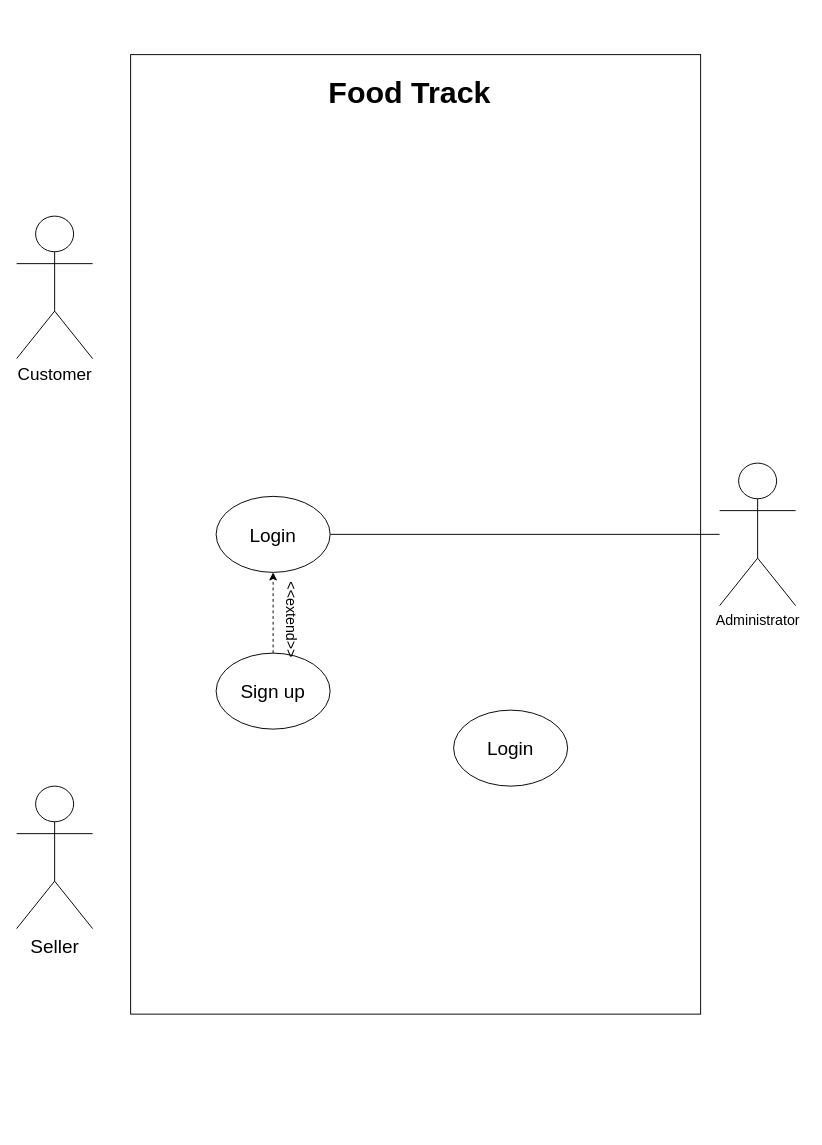
Before: koo.drawio in gugitgugit/OSS, a draw.io diagram. Source tidied: cells renumbered, new cells numbered last; positions are measured from the earlier drawing's top-left corner, leaving out a move shared by most shapes. Both pictures are drawn from the tidied source at 95%, with x=0, y=0 at pixel (16, 54).
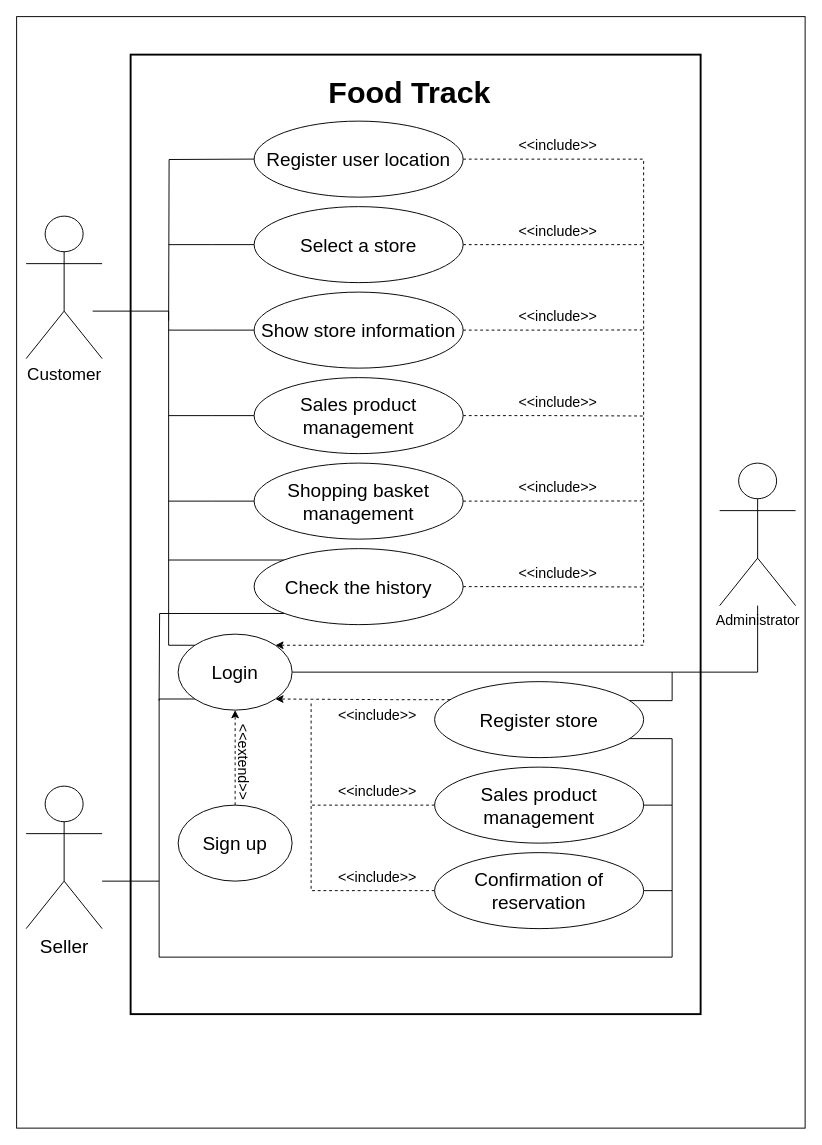
The same diagram, later.

Change to the diagram source:
```diff
@@
+    <mxCell id="13" style="rounded=0;whiteSpace=wrap;html=1;" parent="1" vertex="1">
+      <mxGeometry y="-40" width="830" height="1170" as="geometry" />
+    </mxCell>
-    <mxCell id="2" value="&lt;p style=&quot;line-height: 100%;&quot;&gt;&lt;br&gt;&lt;/p&gt;" style="rounded=0;whiteSpace=wrap;html=1;" parent="1" vertex="1">
+    <mxCell id="2" value="&lt;p style=&quot;line-height: 100%;&quot;&gt;&lt;br&gt;&lt;/p&gt;" style="rounded=0;whiteSpace=wrap;html=1;strokeWidth=2;" parent="1" vertex="1">
       <mxGeometry x="120" width="600" height="1010" as="geometry" />
     </mxCell>
@@
     <mxCell id="4" value="&lt;font style=&quot;font-size: 18px;&quot;&gt;Customer&lt;/font&gt;" style="shape=umlActor;verticalLabelPosition=bottom;verticalAlign=top;html=1;" parent="1" vertex="1">
-      <mxGeometry y="170" width="80" height="150" as="geometry" />
+      <mxGeometry x="10" y="170" width="80" height="150" as="geometry" />
     </mxCell>
     <mxCell id="5" value="&lt;font style=&quot;font-size: 20px;&quot;&gt;Seller&lt;/font&gt;" style="shape=umlActor;verticalLabelPosition=bottom;verticalAlign=top;html=1;outlineConnect=0;" parent="1" vertex="1">
-      <mxGeometry y="770" width="80" height="150" as="geometry" />
+      <mxGeometry x="10" y="770" width="80" height="150" as="geometry" />
     </mxCell>
@@
     <mxCell id="8" value="&lt;font style=&quot;font-size: 20px;&quot;&gt;Login&lt;/font&gt;" style="ellipse;whiteSpace=wrap;html=1;" parent="1" vertex="1">
-      <mxGeometry x="210" y="465" width="120" height="80" as="geometry" />
+      <mxGeometry x="170" y="610" width="120" height="80" as="geometry" />
     </mxCell>
@@
     <mxCell id="10" value="&lt;font style=&quot;font-size: 20px;&quot;&gt;Sign up&lt;/font&gt;" style="ellipse;whiteSpace=wrap;html=1;" parent="1" vertex="1">
-      <mxGeometry x="210" y="630" width="120" height="80" as="geometry" />
+      <mxGeometry x="170" y="790" width="120" height="80" as="geometry" />
     </mxCell>
     <mxCell id="11" value="&lt;font style=&quot;font-size: 15px;&quot;&gt;&amp;lt;&amp;lt;extend&amp;gt;&amp;gt;&lt;/font&gt;" style="text;html=1;align=center;verticalAlign=middle;whiteSpace=wrap;rounded=0;rotation=90;" parent="1" vertex="1">
-      <mxGeometry x="260" y="580" width="60" height="30" as="geometry" />
+      <mxGeometry x="210" y="730" width="60" height="30" as="geometry" />
     </mxCell>
+    <mxCell id="14" style="edgeStyle=orthogonalEdgeStyle;rounded=0;orthogonalLoop=1;jettySize=auto;html=1;endArrow=none;endFill=0;" parent="1" edge="1">
+      <mxGeometry relative="1" as="geometry">
+        <mxPoint x="260" y="109.9" as="sourcePoint" />
+        <mxPoint x="160" y="280" as="targetPoint" />
+      </mxGeometry>
+    </mxCell>
+    <mxCell id="15" style="edgeStyle=orthogonalEdgeStyle;rounded=0;jettySize=auto;html=1;entryX=1;entryY=0;entryDx=0;entryDy=0;dashed=1;" parent="1" edge="1" source="12" target="8">
+      <mxGeometry relative="1" as="geometry">
+        <Array as="points">
+          <mxPoint x="660" y="110" />
+          <mxPoint x="660" y="621" />
+        </Array>
+      </mxGeometry>
+    </mxCell>
-    <mxCell id="12" value="&lt;font style=&quot;font-size: 20px;&quot;&gt;Login&lt;/font&gt;" style="ellipse;whiteSpace=wrap;html=1;" parent="1" vertex="1">
-      <mxGeometry x="460" y="690" width="120" height="80" as="geometry" />
+    <mxCell id="12" value="&lt;font style=&quot;font-size: 20px;&quot;&gt;Register user location&lt;/font&gt;" style="ellipse;whiteSpace=wrap;html=1;" parent="1" vertex="1">
+      <mxGeometry x="250" y="70" width="220" height="80" as="geometry" />
     </mxCell>
+    <mxCell id="16" style="edgeStyle=orthogonalEdgeStyle;rounded=0;jettySize=auto;html=1;exitX=0;exitY=0;exitDx=0;exitDy=0;endArrow=none;endFill=0;" parent="1" edge="1" source="8">
+      <mxGeometry relative="1" as="geometry">
+        <mxPoint x="80" y="270" as="targetPoint" />
+        <Array as="points">
+          <mxPoint x="160" y="622" />
+          <mxPoint x="160" y="270" />
+          <mxPoint x="80" y="270" />
+        </Array>
+      </mxGeometry>
+    </mxCell>
+    <mxCell id="17" style="edgeStyle=orthogonalEdgeStyle;rounded=0;jettySize=auto;html=1;exitX=0;exitY=1;exitDx=0;exitDy=0;endArrow=none;endFill=0;" parent="1" edge="1" source="8" target="5">
+      <mxGeometry relative="1" as="geometry">
+        <Array as="points">
+          <mxPoint x="150" y="678" />
+          <mxPoint x="150" y="870" />
+        </Array>
+      </mxGeometry>
+    </mxCell>
+    <mxCell id="18" style="edgeStyle=orthogonalEdgeStyle;rounded=0;jettySize=auto;html=1;endArrow=none;endFill=0;" parent="1" edge="1" source="20">
+      <mxGeometry relative="1" as="geometry">
+        <mxPoint x="160" y="200" as="targetPoint" />
+      </mxGeometry>
+    </mxCell>
+    <mxCell id="19" style="edgeStyle=orthogonalEdgeStyle;rounded=0;jettySize=auto;html=1;endArrow=none;endFill=0;dashed=1;" parent="1" edge="1" source="20">
+      <mxGeometry relative="1" as="geometry">
+        <mxPoint x="660" y="200" as="targetPoint" />
+      </mxGeometry>
+    </mxCell>
+    <mxCell id="20" value="&lt;font style=&quot;font-size: 20px;&quot;&gt;Select a store&lt;/font&gt;" style="ellipse;whiteSpace=wrap;html=1;" parent="1" vertex="1">
+      <mxGeometry x="250" y="160" width="220" height="80" as="geometry" />
+    </mxCell>
+    <mxCell id="21" style="edgeStyle=orthogonalEdgeStyle;rounded=0;jettySize=auto;html=1;endArrow=none;endFill=0;" parent="1" edge="1" source="23">
+      <mxGeometry relative="1" as="geometry">
+        <mxPoint x="160" y="290" as="targetPoint" />
+      </mxGeometry>
+    </mxCell>
+    <mxCell id="22" style="edgeStyle=orthogonalEdgeStyle;rounded=0;jettySize=auto;html=1;exitX=1;exitY=0.5;exitDx=0;exitDy=0;endArrow=none;endFill=0;dashed=1;" parent="1" edge="1" source="23">
+      <mxGeometry relative="1" as="geometry">
+        <mxPoint x="660" y="289.8" as="targetPoint" />
+      </mxGeometry>
+    </mxCell>
+    <mxCell id="23" value="&lt;font style=&quot;font-size: 20px;&quot;&gt;Show store information&lt;/font&gt;" style="ellipse;whiteSpace=wrap;html=1;" parent="1" vertex="1">
+      <mxGeometry x="250" y="250" width="220" height="80" as="geometry" />
+    </mxCell>
+    <mxCell id="24" style="edgeStyle=orthogonalEdgeStyle;rounded=0;jettySize=auto;html=1;endArrow=none;endFill=0;" parent="1" edge="1" source="27">
+      <mxGeometry relative="1" as="geometry">
+        <mxPoint x="690" y="650" as="targetPoint" />
+        <Array as="points">
+          <mxPoint x="690" y="680" />
+        </Array>
+      </mxGeometry>
+    </mxCell>
+    <mxCell id="25" style="edgeStyle=orthogonalEdgeStyle;rounded=0;jettySize=auto;html=1;endArrow=none;endFill=0;" parent="1" edge="1" source="27">
+      <mxGeometry relative="1" as="geometry">
+        <mxPoint x="150" y="870" as="targetPoint" />
+        <Array as="points">
+          <mxPoint x="690" y="720" />
+          <mxPoint x="690" y="950" />
+          <mxPoint x="150" y="950" />
+        </Array>
+      </mxGeometry>
+    </mxCell>
+    <mxCell id="26" style="edgeStyle=orthogonalEdgeStyle;rounded=0;jettySize=auto;html=1;entryX=1;entryY=1;entryDx=0;entryDy=0;dashed=1;" parent="1" edge="1" source="27" target="8">
+      <mxGeometry relative="1" as="geometry">
+        <Array as="points">
+          <mxPoint x="400" y="679" />
+          <mxPoint x="400" y="679" />
+        </Array>
+      </mxGeometry>
+    </mxCell>
+    <mxCell id="27" value="&lt;span style=&quot;font-size: 20px;&quot;&gt;Register store&lt;/span&gt;" style="ellipse;whiteSpace=wrap;html=1;" parent="1" vertex="1">
+      <mxGeometry x="440" y="660" width="220" height="80" as="geometry" />
+    </mxCell>
+    <mxCell id="28" style="edgeStyle=orthogonalEdgeStyle;rounded=0;jettySize=auto;html=1;endArrow=none;endFill=0;" parent="1" edge="1" source="30">
+      <mxGeometry relative="1" as="geometry">
+        <mxPoint x="690" y="790" as="targetPoint" />
+      </mxGeometry>
+    </mxCell>
+    <mxCell id="29" style="edgeStyle=orthogonalEdgeStyle;rounded=0;jettySize=auto;html=1;endArrow=none;endFill=0;dashed=1;" parent="1" edge="1" source="30">
+      <mxGeometry relative="1" as="geometry">
+        <mxPoint x="310" y="790" as="targetPoint" />
+      </mxGeometry>
+    </mxCell>
+    <mxCell id="30" value="&lt;span style=&quot;font-size: 20px;&quot;&gt;Sales product management&lt;/span&gt;" style="ellipse;whiteSpace=wrap;html=1;" parent="1" vertex="1">
+      <mxGeometry x="440" y="750" width="220" height="80" as="geometry" />
+    </mxCell>
+    <mxCell id="31" style="edgeStyle=orthogonalEdgeStyle;rounded=0;jettySize=auto;html=1;endArrow=none;endFill=0;" parent="1" edge="1" source="33">
+      <mxGeometry relative="1" as="geometry">
+        <mxPoint x="160" y="470" as="targetPoint" />
+      </mxGeometry>
+    </mxCell>
+    <mxCell id="32" style="edgeStyle=orthogonalEdgeStyle;rounded=0;jettySize=auto;html=1;exitX=1;exitY=0.5;exitDx=0;exitDy=0;endArrow=none;endFill=0;dashed=1;" parent="1" edge="1" source="33">
+      <mxGeometry relative="1" as="geometry">
+        <mxPoint x="660" y="469.8" as="targetPoint" />
+      </mxGeometry>
+    </mxCell>
+    <mxCell id="33" value="&lt;font style=&quot;font-size: 20px;&quot;&gt;Shopping basket management&lt;/font&gt;" style="ellipse;whiteSpace=wrap;html=1;" parent="1" vertex="1">
+      <mxGeometry x="250" y="430" width="220" height="80" as="geometry" />
+    </mxCell>
+    <mxCell id="34" style="edgeStyle=orthogonalEdgeStyle;rounded=0;jettySize=auto;html=1;endArrow=none;endFill=0;" parent="1" edge="1" source="36">
+      <mxGeometry relative="1" as="geometry">
+        <mxPoint x="160" y="380" as="targetPoint" />
+      </mxGeometry>
+    </mxCell>
+    <mxCell id="35" style="edgeStyle=orthogonalEdgeStyle;rounded=0;jettySize=auto;html=1;exitX=1;exitY=0.5;exitDx=0;exitDy=0;endArrow=none;endFill=0;dashed=1;" parent="1" edge="1" source="36">
+      <mxGeometry relative="1" as="geometry">
+        <mxPoint x="660" y="380.4" as="targetPoint" />
+      </mxGeometry>
+    </mxCell>
+    <mxCell id="36" value="&lt;span style=&quot;font-size: 20px;&quot;&gt;Sales product management&lt;/span&gt;" style="ellipse;whiteSpace=wrap;html=1;" parent="1" vertex="1">
+      <mxGeometry x="250" y="340" width="220" height="80" as="geometry" />
+    </mxCell>
+    <mxCell id="37" style="edgeStyle=orthogonalEdgeStyle;rounded=0;jettySize=auto;html=1;exitX=1;exitY=0.5;exitDx=0;exitDy=0;endArrow=none;endFill=0;" parent="1" edge="1" source="39">
+      <mxGeometry relative="1" as="geometry">
+        <mxPoint x="690" y="880.4" as="targetPoint" />
+      </mxGeometry>
+    </mxCell>
+    <mxCell id="38" style="edgeStyle=orthogonalEdgeStyle;rounded=0;jettySize=auto;html=1;dashed=1;endArrow=none;endFill=0;" parent="1" edge="1" source="39">
+      <mxGeometry relative="1" as="geometry">
+        <mxPoint x="310" y="680" as="targetPoint" />
+        <Array as="points">
+          <mxPoint x="310" y="880" />
+          <mxPoint x="310" y="700" />
+        </Array>
+      </mxGeometry>
+    </mxCell>
+    <mxCell id="39" value="&lt;span style=&quot;font-size: 20px;&quot;&gt;Confirmation of reservation&lt;/span&gt;" style="ellipse;whiteSpace=wrap;html=1;" parent="1" vertex="1">
+      <mxGeometry x="440" y="840" width="220" height="80" as="geometry" />
+    </mxCell>
+    <mxCell id="40" style="edgeStyle=orthogonalEdgeStyle;rounded=0;jettySize=auto;html=1;exitX=0;exitY=0;exitDx=0;exitDy=0;endArrow=none;endFill=0;" parent="1" edge="1" source="43">
+      <mxGeometry relative="1" as="geometry">
+        <mxPoint x="160" y="532" as="targetPoint" />
+        <Array as="points">
+          <mxPoint x="160" y="532" />
+          <mxPoint x="160" y="532" />
+        </Array>
+      </mxGeometry>
+    </mxCell>
+    <mxCell id="41" style="edgeStyle=orthogonalEdgeStyle;rounded=0;jettySize=auto;html=1;exitX=0;exitY=1;exitDx=0;exitDy=0;endArrow=none;endFill=0;" parent="1" edge="1" source="43">
+      <mxGeometry relative="1" as="geometry">
+        <mxPoint x="150" y="680" as="targetPoint" />
+      </mxGeometry>
+    </mxCell>
+    <mxCell id="42" style="edgeStyle=orthogonalEdgeStyle;rounded=0;jettySize=auto;html=1;exitX=1;exitY=0.5;exitDx=0;exitDy=0;endArrow=none;endFill=0;dashed=1;" parent="1" edge="1" source="43">
+      <mxGeometry relative="1" as="geometry">
+        <mxPoint x="660" y="560.4" as="targetPoint" />
+      </mxGeometry>
+    </mxCell>
+    <mxCell id="43" value="&lt;span style=&quot;font-size: 20px;&quot;&gt;Check the history&lt;/span&gt;" style="ellipse;whiteSpace=wrap;html=1;" parent="1" vertex="1">
+      <mxGeometry x="250" y="520" width="220" height="80" as="geometry" />
+    </mxCell>
+    <mxCell id="44" value="&lt;font style=&quot;font-size: 15px;&quot;&gt;&amp;lt;&amp;lt;include&amp;gt;&amp;gt;&lt;/font&gt;" style="text;html=1;align=center;verticalAlign=middle;whiteSpace=wrap;rounded=0;rotation=0;" parent="1" vertex="1">
+      <mxGeometry x="350" y="680" width="60" height="30" as="geometry" />
+    </mxCell>
+    <mxCell id="45" value="&lt;font style=&quot;font-size: 15px;&quot;&gt;&amp;lt;&amp;lt;include&amp;gt;&amp;gt;&lt;/font&gt;" style="text;html=1;align=center;verticalAlign=middle;whiteSpace=wrap;rounded=0;rotation=0;" parent="1" vertex="1">
+      <mxGeometry x="350" y="760" width="60" height="30" as="geometry" />
+    </mxCell>
+    <mxCell id="46" value="&lt;font style=&quot;font-size: 15px;&quot;&gt;&amp;lt;&amp;lt;include&amp;gt;&amp;gt;&lt;/font&gt;" style="text;html=1;align=center;verticalAlign=middle;whiteSpace=wrap;rounded=0;rotation=0;" parent="1" vertex="1">
+      <mxGeometry x="350" y="850" width="60" height="30" as="geometry" />
+    </mxCell>
+    <mxCell id="47" value="&lt;font style=&quot;font-size: 15px;&quot;&gt;&amp;lt;&amp;lt;include&amp;gt;&amp;gt;&lt;/font&gt;" style="text;html=1;align=center;verticalAlign=middle;whiteSpace=wrap;rounded=0;rotation=0;" parent="1" vertex="1">
+      <mxGeometry x="540" y="80" width="60" height="30" as="geometry" />
+    </mxCell>
+    <mxCell id="48" value="&lt;font style=&quot;font-size: 15px;&quot;&gt;&amp;lt;&amp;lt;include&amp;gt;&amp;gt;&lt;/font&gt;" style="text;html=1;align=center;verticalAlign=middle;whiteSpace=wrap;rounded=0;rotation=0;" parent="1" vertex="1">
+      <mxGeometry x="540" y="170" width="60" height="30" as="geometry" />
+    </mxCell>
+    <mxCell id="49" value="&lt;font style=&quot;font-size: 15px;&quot;&gt;&amp;lt;&amp;lt;include&amp;gt;&amp;gt;&lt;/font&gt;" style="text;html=1;align=center;verticalAlign=middle;whiteSpace=wrap;rounded=0;rotation=0;" parent="1" vertex="1">
+      <mxGeometry x="540" y="260" width="60" height="30" as="geometry" />
+    </mxCell>
+    <mxCell id="50" value="&lt;font style=&quot;font-size: 15px;&quot;&gt;&amp;lt;&amp;lt;include&amp;gt;&amp;gt;&lt;/font&gt;" style="text;html=1;align=center;verticalAlign=middle;whiteSpace=wrap;rounded=0;rotation=0;" parent="1" vertex="1">
+      <mxGeometry x="540" y="350" width="60" height="30" as="geometry" />
+    </mxCell>
+    <mxCell id="51" value="&lt;font style=&quot;font-size: 15px;&quot;&gt;&amp;lt;&amp;lt;include&amp;gt;&amp;gt;&lt;/font&gt;" style="text;html=1;align=center;verticalAlign=middle;whiteSpace=wrap;rounded=0;rotation=0;" parent="1" vertex="1">
+      <mxGeometry x="540" y="440" width="60" height="30" as="geometry" />
+    </mxCell>
+    <mxCell id="52" value="&lt;font style=&quot;font-size: 15px;&quot;&gt;&amp;lt;&amp;lt;include&amp;gt;&amp;gt;&lt;/font&gt;" style="text;html=1;align=center;verticalAlign=middle;whiteSpace=wrap;rounded=0;rotation=0;" parent="1" vertex="1">
+      <mxGeometry x="540" y="530" width="60" height="30" as="geometry" />
+    </mxCell>
```
